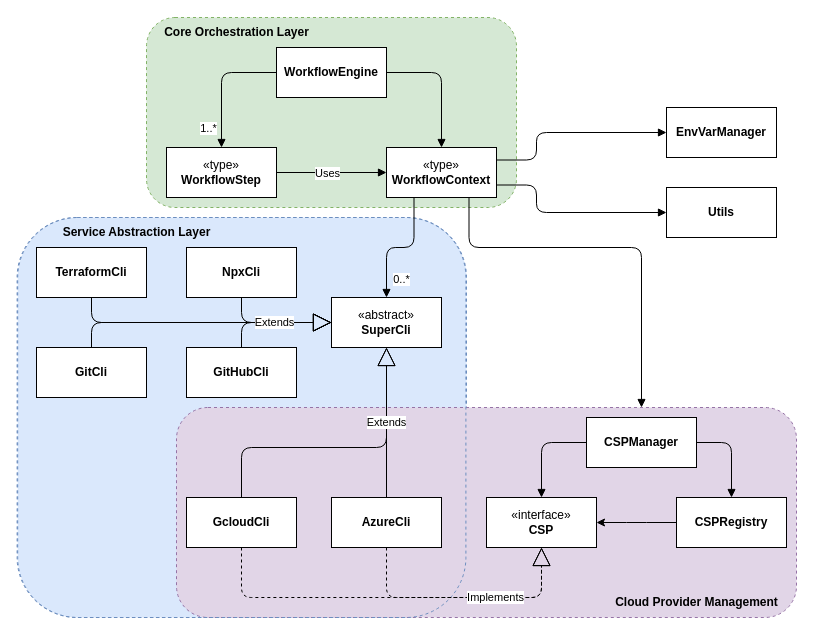
oscarmarcussen/master_diagram keeps this draw.io diagram as class_diagram_drawio.drawio. Above is the earlier version. Source tidied: cells renumbered, new cells numbered last; positions are measured from the earlier drawing's top-left corner, leaving out a move shared by most shapes. Both pictures are drawn from the tidied source at 100%, with x=0, y=0 at pixel (17, 17).
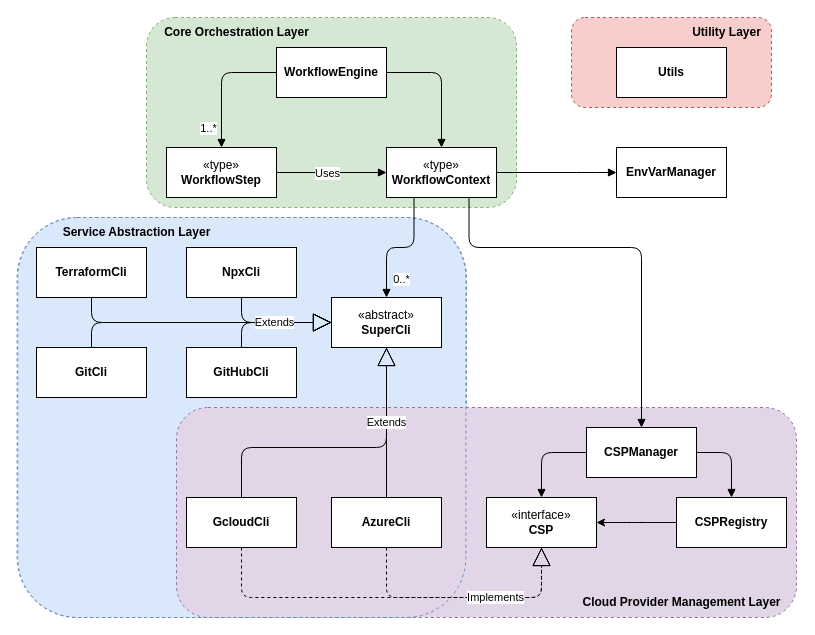
The same diagram, later.

Commit message (it also covers changes not shown here):
update class diagram

Unchanged cells that the change refers to:
```xml
<mxCell id="3" style="rounded=1;whiteSpace=wrap;html=1;dashed=1;fillColor=#e1d5e7;strokeColor=#9673a6;" parent="1" vertex="1">
  <mxGeometry x="159" y="390" width="620" height="210" as="geometry" />
</mxCell>
<mxCell id="9" value="«type»&lt;br&gt;&lt;b&gt;WorkflowContext&lt;/b&gt;" style="html=1;whiteSpace=wrap;" parent="1" vertex="1">
  <mxGeometry x="369" y="130" width="110" height="50" as="geometry" />
</mxCell>
<mxCell id="18" value="&lt;b&gt;CSPRegistry&lt;/b&gt;" style="html=1;whiteSpace=wrap;" parent="1" vertex="1">
  <mxGeometry x="659" y="480" width="110" height="50" as="geometry" />
</mxCell>
```

What changed in the source:
```diff
@@
+    <mxCell id="45" style="rounded=1;whiteSpace=wrap;html=1;dashed=1;fillColor=#f8cecc;strokeColor=#b85450;" parent="1" vertex="1">
+      <mxGeometry x="554" width="200" height="90" as="geometry" />
+    </mxCell>
@@
     <mxCell id="6" value="&lt;b&gt;Utils&lt;/b&gt;" style="html=1;whiteSpace=wrap;" parent="1" vertex="1">
-      <mxGeometry x="649" y="170" width="110" height="50" as="geometry" />
+      <mxGeometry x="599" y="30" width="110" height="50" as="geometry" />
     </mxCell>
@@
     <mxCell id="10" value="&lt;b&gt;EnvVarManager&lt;/b&gt;" style="html=1;whiteSpace=wrap;" parent="1" vertex="1">
-      <mxGeometry x="649" y="90" width="110" height="50" as="geometry" />
+      <mxGeometry x="599" y="130" width="110" height="50" as="geometry" />
     </mxCell>
@@
     <mxCell id="16" value="&lt;b&gt;CSPManager&lt;/b&gt;" style="html=1;whiteSpace=wrap;" parent="1" vertex="1">
-      <mxGeometry x="569" y="400" width="110" height="50" as="geometry" />
+      <mxGeometry x="569" y="410" width="110" height="50" as="geometry" />
     </mxCell>
@@
     <mxCell id="25" style="endArrow=block;endFill=1;html=1;edgeStyle=orthogonalEdgeStyle;align=left;verticalAlign=top;exitX=0;exitY=0.5;exitDx=0;exitDy=0;" parent="1" edge="1" source="16">
       <mxGeometry x="-0.27" y="-50" relative="1" as="geometry">
         <mxPoint x="524" y="480" as="targetPoint" />
         <Array as="points">
-          <mxPoint x="524" y="425" />
+          <mxPoint x="524" y="435" />
         </Array>
       </mxGeometry>
     </mxCell>
     <mxCell id="26" style="endArrow=block;endFill=1;html=1;edgeStyle=orthogonalEdgeStyle;align=left;verticalAlign=top;exitX=1;exitY=0.5;exitDx=0;exitDy=0;entryX=0.5;entryY=0;entryDx=0;entryDy=0;" parent="1" edge="1" source="16" target="18">
       <mxGeometry x="0.16" y="15" relative="1" as="geometry">
         <Array as="points">
-          <mxPoint x="714" y="425" />
+          <mxPoint x="714" y="435" />
         </Array>
       </mxGeometry>
     </mxCell>
@@
-    <mxCell id="31" value="Cloud Provider Management" style="text;html=1;align=center;verticalAlign=middle;strokeColor=none;fillColor=none;fontStyle=1;" parent="1" vertex="1">
-      <mxGeometry x="589" y="570" width="180" height="30" as="geometry" />
+    <mxCell id="31" value="Cloud Provider Management Layer" style="text;html=1;align=center;verticalAlign=middle;strokeColor=none;fillColor=none;fontStyle=1;" parent="1" vertex="1">
+      <mxGeometry x="559" y="570" width="210" height="30" as="geometry" />
     </mxCell>
@@
-    <mxCell id="42" value="&lt;div&gt;&lt;br&gt;&lt;/div&gt;" style="endArrow=block;endFill=1;html=1;edgeStyle=orthogonalEdgeStyle;align=left;verticalAlign=top;exitX=0.75;exitY=1;exitDx=0;exitDy=0;entryX=0.75;entryY=0;entryDx=0;entryDy=0;" parent="1" edge="1" source="9" target="3">
+    <mxCell id="42" value="&lt;div&gt;&lt;br&gt;&lt;/div&gt;" style="endArrow=block;endFill=1;html=1;edgeStyle=orthogonalEdgeStyle;align=left;verticalAlign=top;exitX=0.75;exitY=1;exitDx=0;exitDy=0;entryX=0.5;entryY=0;entryDx=0;entryDy=0;" parent="1" edge="1" source="9" target="16">
       <mxGeometry x="0.69" y="-15" relative="1" as="geometry">
         <Array as="points">
           <mxPoint x="452" y="230" />
           <mxPoint x="624" y="230" />
         </Array>
       </mxGeometry>
     </mxCell>
-    <mxCell id="43" value="&lt;div&gt;&lt;br&gt;&lt;/div&gt;" style="endArrow=block;endFill=1;html=1;edgeStyle=orthogonalEdgeStyle;align=left;verticalAlign=top;exitX=1;exitY=0.75;exitDx=0;exitDy=0;entryX=0;entryY=0.5;entryDx=0;entryDy=0;" parent="1" edge="1" source="9" target="6">
-      <mxGeometry x="0.69" y="-15" relative="1" as="geometry">
-        <Array as="points">
-          <mxPoint x="519" y="168" />
-          <mxPoint x="519" y="195" />
-        </Array>
-      </mxGeometry>
-    </mxCell>
-    <mxCell id="44" value="&lt;div&gt;&lt;br&gt;&lt;/div&gt;" style="endArrow=block;endFill=1;html=1;edgeStyle=orthogonalEdgeStyle;align=left;verticalAlign=top;exitX=1;exitY=0.25;exitDx=0;exitDy=0;entryX=0;entryY=0.5;entryDx=0;entryDy=0;" parent="1" edge="1" source="9" target="10">
+    <mxCell id="44" value="&lt;div&gt;&lt;br&gt;&lt;/div&gt;" style="endArrow=block;endFill=1;html=1;edgeStyle=orthogonalEdgeStyle;align=left;verticalAlign=top;exitX=1;exitY=0.5;exitDx=0;exitDy=0;entryX=0;entryY=0.5;entryDx=0;entryDy=0;" parent="1" edge="1" source="9" target="10">
       <mxGeometry x="0.69" y="-15" relative="1" as="geometry">
         <Array as="points">
-          <mxPoint x="519" y="143" />
-          <mxPoint x="519" y="115" />
+          <mxPoint x="569" y="155" />
+          <mxPoint x="569" y="155" />
         </Array>
       </mxGeometry>
     </mxCell>
+    <mxCell id="46" value="Utility Layer" style="text;html=1;align=center;verticalAlign=middle;strokeColor=none;fillColor=none;fontStyle=1;" parent="1" vertex="1">
+      <mxGeometry x="664" width="90" height="30" as="geometry" />
+    </mxCell>
```
